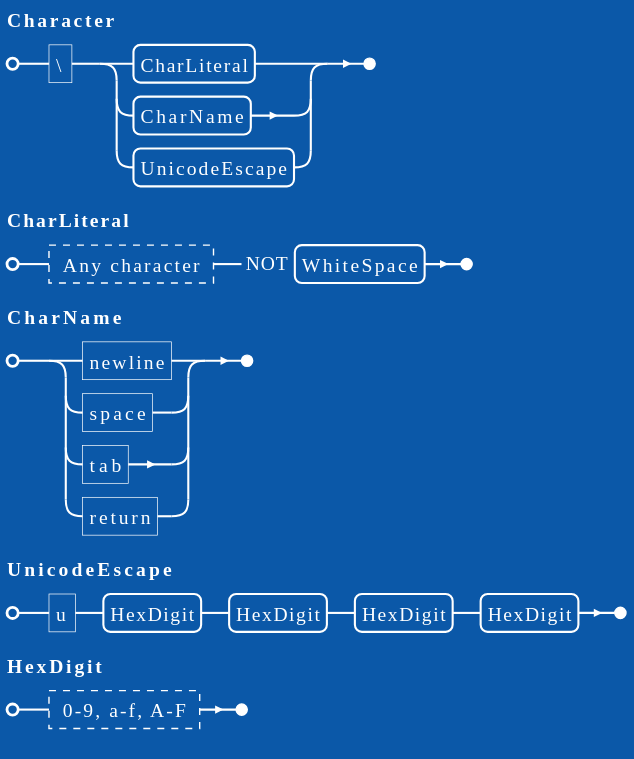
Above: docs/grammar/edn_character.svg in DotFox/edn.c (PlantUML), before the change.
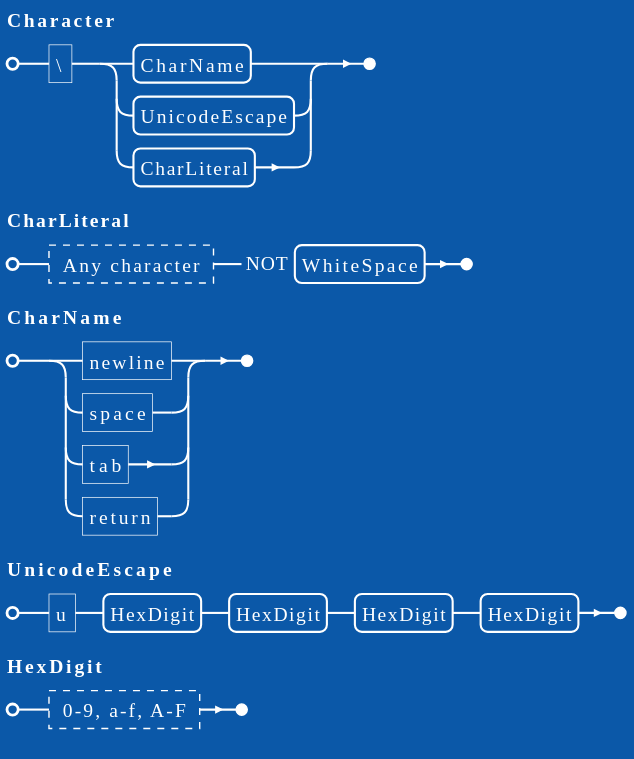
After the change.

What changed in the source:
```diff
@@ -1,6 +1,6 @@
 @startebnf
 !theme amiga
-Character = "\" , ( CharLiteral | CharName | UnicodeEscape ) ;
+Character = '\' , ( CharName | UnicodeEscape | CharLiteral ) ;
 
 CharLiteral = ? Any character ? - WhiteSpace ;
 
```
